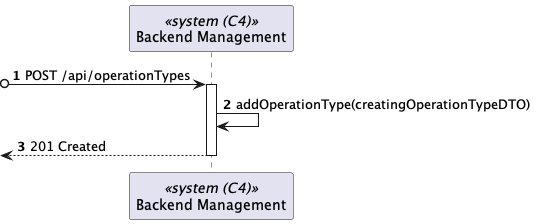
The PlantUML diagram docs/AddOperationType/views/level2/process-view.png in Lapr5G21/sem5pi-24-25-3ddg21, before a commit. Source of this version:
```plantuml
@startuml

autonumber
participant SYS as "Backend Management" <<system (C4)>>

?o-> SYS : POST /api/operationTypes
activate SYS

SYS -> SYS : addOperationType(creatingOperationTypeDTO)
<-- SYS : 201 Created
deactivate SYS


@enduml
```
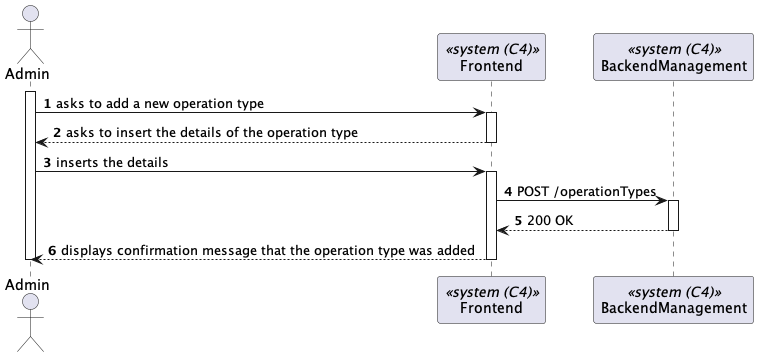
After the commit.

Commit message:
Documentation updated of add operation types #46

The edit, as a diff of the source:
```diff
@@ -1,14 +1,25 @@
-@startuml
+@startuml process-view
+autonumber
 
-autonumber
-participant SYS as "Backend Management" <<system (C4)>>
+actor "Admin" as Admin
+participant Frontend as "Frontend" <<system (C4)>>
+participant Backend as "BackendManagement" <<system (C4)>>
 
-?o-> SYS : POST /api/operationTypes
-activate SYS
+activate Admin
+    Admin -> Frontend : asks to add a new operation type
+    activate Frontend
+        Frontend --> Admin : asks to insert the details of the operation type
 
-SYS -> SYS : addOperationType(creatingOperationTypeDTO)
-<-- SYS : 201 Created
-deactivate SYS
+    deactivate Frontend
+    Admin -> Frontend : inserts the details
+    activate Frontend
 
+        Frontend-> Backend : POST /operationTypes
+        activate Backend
+            Frontend <-- Backend : 200 OK
+        deactivate Backend
+    Frontend --> Admin : displays confirmation message that the operation type was added
 
+    deactivate Frontend
+    deactivate Admin
 @enduml
```
